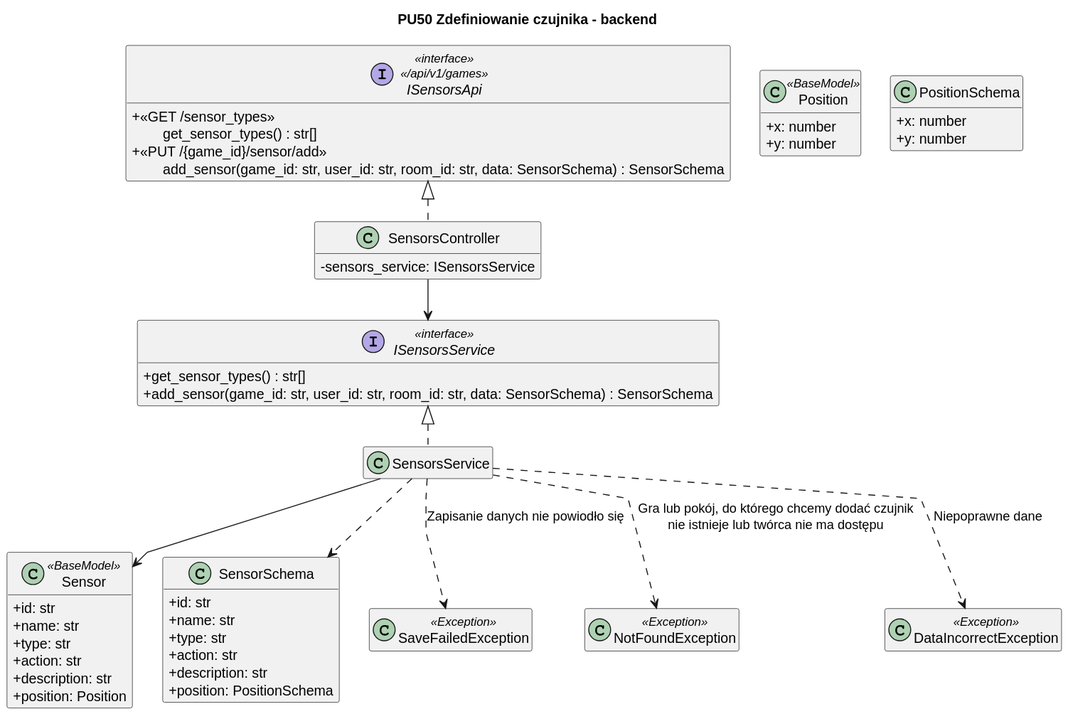
This is diagrams/backend/rendered/sensor-definition.svg from Igor-Ochocki/POP-2026Z, a PlantUML export, as it was before one commit. Source of this version:
```plantuml
@startuml
skinparam classAttributeIconSize 0
skinparam packageStyle rectangle
skinparam shadowing false
skinparam roundcorner 4
skinparam linetype polyline
skinparam nodesep 30
skinparam ranksep 40
hide empty members

title PU50 Zdefiniowanie czujnika - backend

interface ISensorsApi <<interface>> \n<< /api/v1/games >> {
    + <<GET /sensor_types >>\n\tget_sensor_types() : str[]
    + <<PUT /{game_id}/sensor/add >>\n\tadd_sensor(game_id: str, user_id: str, room_id: str, data: SensorSchema) : SensorSchema
}

class SensorsController implements ISensorsApi {
    - sensors_service: ISensorsService
}

interface ISensorsService <<interface>> {
    + get_sensor_types() : str[]
    + add_sensor(game_id: str, user_id: str, room_id: str, data: SensorSchema) : SensorSchema
}

SensorsController --> ISensorsService

class SensorsService implements ISensorsService {
}

class Sensor <<BaseModel>> {
    + id: str
    + name: str
    + type: str
    + action: str
    + description: str
    + position: Position
}

class SensorSchema {
    + id: str
    + name: str
    + type: str
    + action: str
    + description: str
    + position: PositionSchema
}

class Position <<BaseModel>> {
    + x: number
    + y: number
}

class PositionSchema {
    + x: number
    + y: number
}

class SaveFailedException <<Exception>> {

}

class NotFoundException <<Exception>> {

}

class DataIncorrectException <<Exception>> {

}

SensorsService --> Sensor
SensorsService ..> SensorSchema
SensorsService ..> NotFoundException : Gra lub pokój, do którego chcemy dodać czujnik\nnie istnieje lub twórca nie ma dostępu
SensorsService ..> DataIncorrectException : Niepoprawne dane
SensorsService ..> SaveFailedException : Zapisanie danych nie powiodło się
@enduml
```
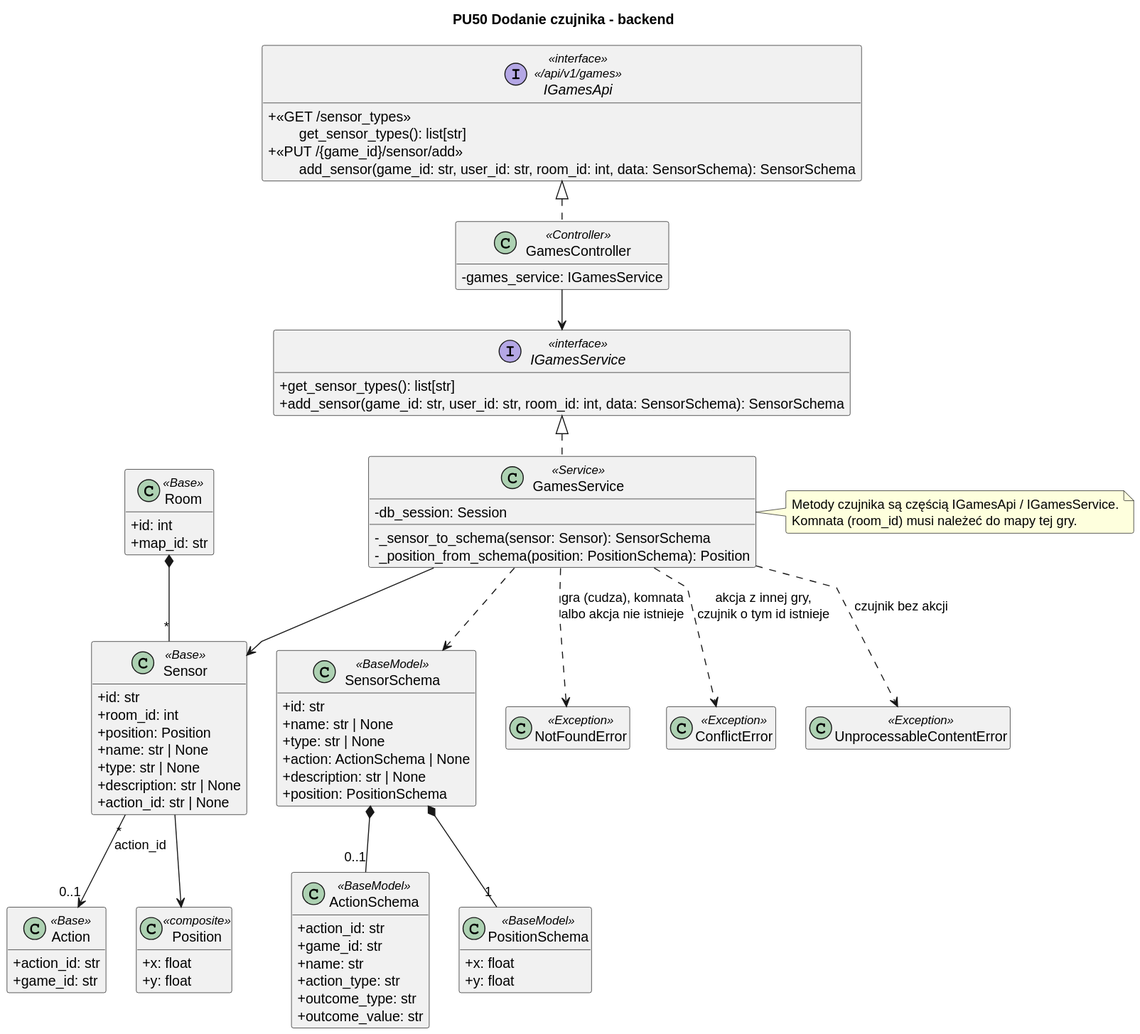
After the change.

Diff of the diagram source:
```diff
@@ -8,70 +8,97 @@
 skinparam ranksep 40
 hide empty members
 
-title PU50 Zdefiniowanie czujnika - backend
+title PU50 Dodanie czujnika - backend
 
-interface ISensorsApi <<interface>> \n<< /api/v1/games >> {
-    + <<GET /sensor_types >>\n\tget_sensor_types() : str[]
-    + <<PUT /{game_id}/sensor/add >>\n\tadd_sensor(game_id: str, user_id: str, room_id: str, data: SensorSchema) : SensorSchema
+interface IGamesApi <<interface>>\n<< /api/v1/games >> {
+    + <<GET /sensor_types >>\n\tget_sensor_types(): list[str]
+    + <<PUT /{game_id}/sensor/add >>\n\tadd_sensor(game_id: str, user_id: str, room_id: int, data: SensorSchema): SensorSchema
 }
 
-class SensorsController implements ISensorsApi {
-    - sensors_service: ISensorsService
+class GamesController <<Controller>> {
+    - games_service: IGamesService
 }
 
-interface ISensorsService <<interface>> {
-    + get_sensor_types() : str[]
-    + add_sensor(game_id: str, user_id: str, room_id: str, data: SensorSchema) : SensorSchema
+interface IGamesService <<interface>> {
+    + get_sensor_types(): list[str]
+    + add_sensor(game_id: str, user_id: str, room_id: int, data: SensorSchema): SensorSchema
 }
 
-SensorsController --> ISensorsService
-
-class SensorsService implements ISensorsService {
+class GamesService <<Service>> {
+    - db_session: Session
+    - _sensor_to_schema(sensor: Sensor): SensorSchema
+    - _position_from_schema(position: PositionSchema): Position
 }
 
-class Sensor <<BaseModel>> {
+class Sensor <<Base>> {
     + id: str
-    + name: str
-    + type: str
-    + action: str
-    + description: str
+    + room_id: int
     + position: Position
+    + name: str | None
+    + type: str | None
+    + description: str | None
+    + action_id: str | None
 }
 
-class SensorSchema {
+class Room <<Base>> {
+    + id: int
+    + map_id: str
+}
+
+class Action <<Base>> {
+    + action_id: str
+    + game_id: str
+}
+
+class Position <<composite>> {
+    + x: float
+    + y: float
+}
+
+class SensorSchema <<BaseModel>> {
     + id: str
-    + name: str
-    + type: str
-    + action: str
-    + description: str
+    + name: str | None
+    + type: str | None
+    + action: ActionSchema | None
+    + description: str | None
     + position: PositionSchema
 }
 
-class Position <<BaseModel>> {
-    + x: number
-    + y: number
+class ActionSchema <<BaseModel>> {
+    + action_id: str
+    + game_id: str
+    + name: str
+    + action_type: str
+    + outcome_type: str
+    + outcome_value: str
 }
 
-class PositionSchema {
-    + x: number
-    + y: number
+class PositionSchema <<BaseModel>> {
+    + x: float
+    + y: float
 }
 
-class SaveFailedException <<Exception>> {
+class NotFoundError <<Exception>>
+class ConflictError <<Exception>>
+class UnprocessableContentError <<Exception>>
 
-}
+GamesController .u.|> IGamesApi
+GamesController --> IGamesService
+GamesService .u.|> IGamesService
+GamesService --> Sensor
+GamesService ..> SensorSchema
+GamesService ..> NotFoundError : gra (cudza), komnata\nalbo akcja nie istnieje
+GamesService ..> UnprocessableContentError : czujnik bez akcji
+GamesService ..> ConflictError : akcja z innej gry,\nczujnik o tym id istnieje
 
-class NotFoundException <<Exception>> {
+Room *-- "*" Sensor
+Sensor "*" --> "0..1" Action : action_id
+Sensor --> Position
+SensorSchema *-- "0..1" ActionSchema
+SensorSchema *-- "1" PositionSchema
 
-}
-
-class DataIncorrectException <<Exception>> {
-
-}
-
-SensorsService --> Sensor
-SensorsService ..> SensorSchema
-SensorsService ..> NotFoundException : Gra lub pokój, do którego chcemy dodać czujnik\nnie istnieje lub twórca nie ma dostępu
-SensorsService ..> DataIncorrectException : Niepoprawne dane
-SensorsService ..> SaveFailedException : Zapisanie danych nie powiodło się
+note right of GamesService
+    Metody czujnika są częścią IGamesApi / IGamesService.
+    Komnata (room_id) musi należeć do mapy tej gry.
+end note
 @enduml
```
